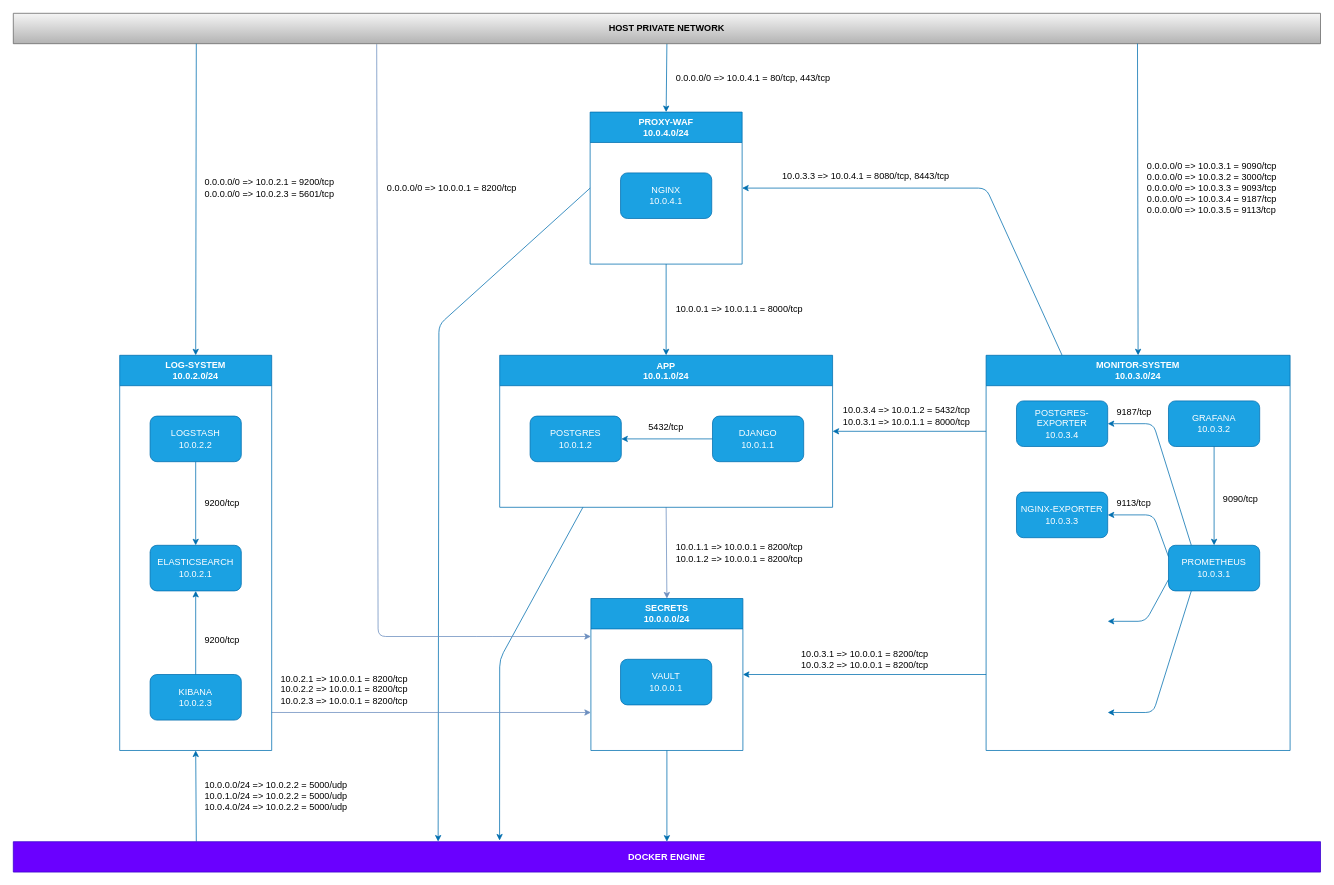
This is _notebook/topology.drawio from GiovanniAfro/ft_Transcendence, a draw.io file, before an edit. Source tidied: cells renumbered, new cells numbered last; positions are measured from the earlier drawing's top-left corner, leaving out a move shared by most shapes. Both pictures are drawn from the tidied source at 76%, with x=0, y=0 at pixel (13, 13).
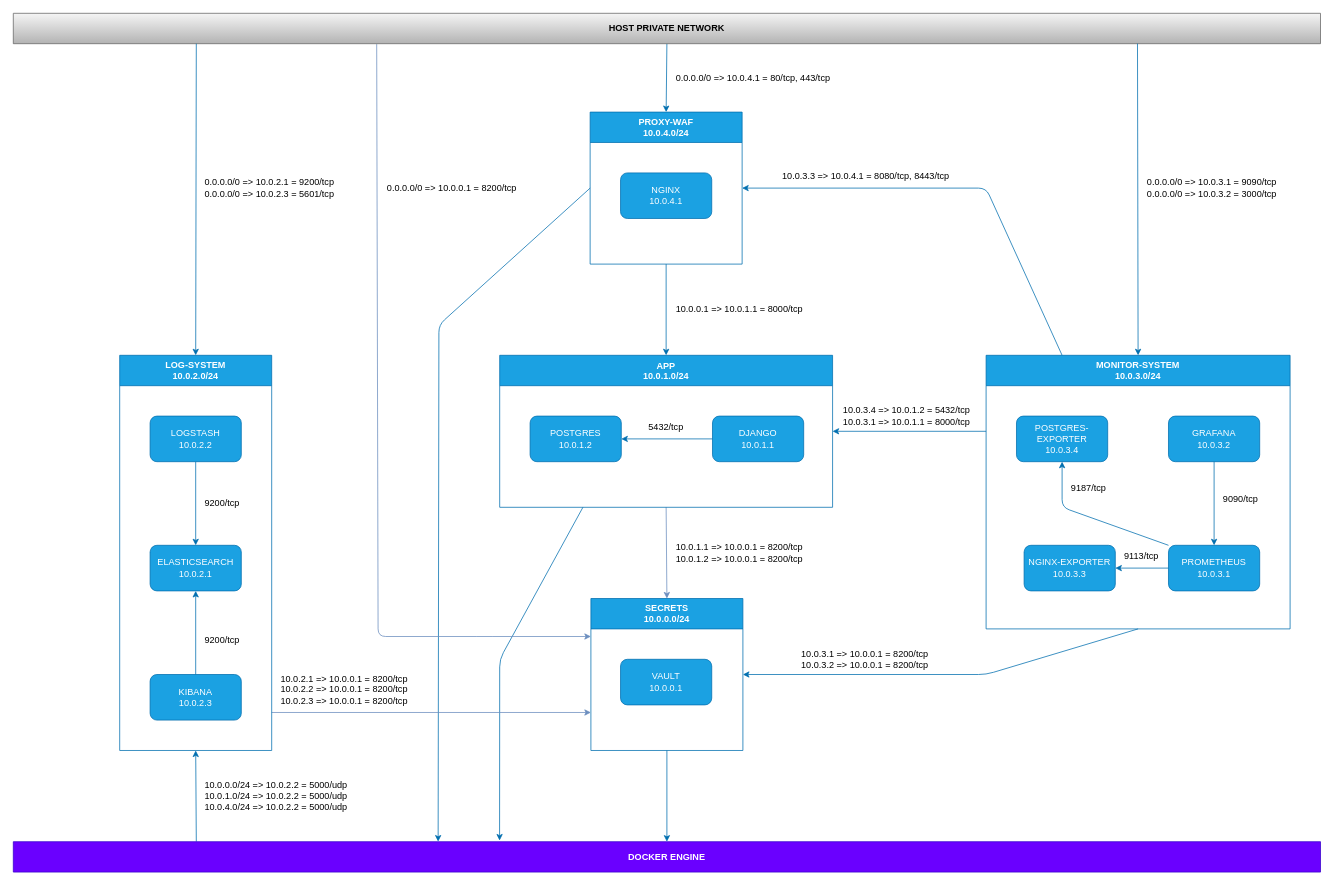
After the change.

Commit message (it also covers changes not shown here):
refactoring; delete TODO.md; update topology; add check if first start to elk stack

The change refers to these unchanged cells:
```xml
<mxCell id="18" value="SECRETS&lt;br&gt;10.0.0.0/24" style="swimlane;whiteSpace=wrap;html=1;startSize=40;fillColor=#1ba1e2;fontColor=#ffffff;strokeColor=#006EAF;" parent="1" vertex="1">
  <mxGeometry x="760" y="770" width="200" height="200" as="geometry" />
</mxCell>
<mxCell id="48" value="PROMETHEUS&lt;br style=&quot;border-color: var(--border-color);&quot;&gt;10.0.3.1" style="rounded=1;whiteSpace=wrap;html=1;fillColor=#1ba1e2;fontColor=#ffffff;strokeColor=#006EAF;" parent="40" vertex="1">
  <mxGeometry x="240" y="250" width="120" height="60" as="geometry" />
</mxCell>
```

The edit, as a diff of the source:
```diff
@@
-    <mxCell id="20" style="edgeStyle=none;html=1;fillColor=#1ba1e2;strokeColor=#006EAF;entryX=1;entryY=0.5;entryDx=0;entryDy=0;" parent="1" edge="1" target="18">
+    <mxCell id="20" style="edgeStyle=none;html=1;fillColor=#1ba1e2;strokeColor=#006EAF;entryX=1;entryY=0.5;entryDx=0;entryDy=0;exitX=0.5;exitY=1;exitDx=0;exitDy=0;" parent="1" edge="1" source="40" target="18">
       <mxGeometry relative="1" as="geometry">
-        <mxPoint x="1280" y="870" as="sourcePoint" />
+        <Array as="points">
+          <mxPoint x="1280" y="870" />
+        </Array>
       </mxGeometry>
     </mxCell>
@@
-    <mxCell id="38" value="0.0.0.0/0 =&amp;gt; 10.0.3.1 = 9090/tcp&lt;br&gt;0.0.0.0/0 =&amp;gt; 10.0.3.2 = 3000/tcp&lt;br&gt;0.0.0.0/0 =&amp;gt; 10.0.3.3 = 9093/tcp&lt;br&gt;0.0.0.0/0 =&amp;gt; 10.0.3.4 = 9187/tcp&lt;br&gt;0.0.0.0/0 =&amp;gt; 10.0.3.5 = 9113/tcp" style="text;html=1;align=left;verticalAlign=middle;strokeColor=none;fillColor=none;" parent="1" vertex="1">
-      <mxGeometry x="1490" y="185" width="190" height="90" as="geometry" />
+    <mxCell id="38" value="0.0.0.0/0 =&amp;gt; 10.0.3.1 = 9090/tcp&lt;br&gt;0.0.0.0/0 =&amp;gt; 10.0.3.2 = 3000/tcp" style="text;html=1;align=left;verticalAlign=middle;strokeColor=none;fillColor=none;" parent="1" vertex="1">
+      <mxGeometry x="1490" y="210" width="190" height="40" as="geometry" />
     </mxCell>
@@
     <mxCell id="40" value="MONITOR-SYSTEM&lt;br&gt;10.0.3.0/24" style="swimlane;whiteSpace=wrap;html=1;startSize=40;fillColor=#1ba1e2;fontColor=#ffffff;strokeColor=#006EAF;" parent="1" vertex="1">
-      <mxGeometry x="1280" y="450" width="400" height="520" as="geometry" />
+      <mxGeometry x="1280" y="450" width="400" height="360" as="geometry" />
     </mxCell>
     <mxCell id="41" value="POSTGRES-EXPORTER&lt;br style=&quot;border-color: var(--border-color);&quot;&gt;10.0.3.4" style="rounded=1;whiteSpace=wrap;html=1;fillColor=#1ba1e2;fontColor=#ffffff;strokeColor=#006EAF;" parent="40" vertex="1">
-      <mxGeometry x="40" y="60" width="120" height="60" as="geometry" />
+      <mxGeometry x="40" y="80" width="120" height="60" as="geometry" />
     </mxCell>
     <mxCell id="42" value="NGINX-EXPORTER&lt;br&gt;10.0.3.3" style="rounded=1;whiteSpace=wrap;html=1;fillColor=#1ba1e2;fontColor=#ffffff;strokeColor=#006EAF;" parent="40" vertex="1">
-      <mxGeometry x="40" y="180" width="120" height="60" as="geometry" />
+      <mxGeometry x="50" y="250" width="120" height="60" as="geometry" />
     </mxCell>
     <mxCell id="43" value="GRAFANA&lt;br style=&quot;border-color: var(--border-color);&quot;&gt;10.0.3.2" style="rounded=1;whiteSpace=wrap;html=1;fillColor=#1ba1e2;fontColor=#ffffff;strokeColor=#006EAF;" parent="40" vertex="1">
-      <mxGeometry x="240" y="60" width="120" height="60" as="geometry" />
+      <mxGeometry x="240" y="80" width="120" height="60" as="geometry" />
     </mxCell>
-    <mxCell id="44" style="edgeStyle=none;html=1;exitX=0.25;exitY=1;exitDx=0;exitDy=0;entryX=1;entryY=0.5;entryDx=0;entryDy=0;fillColor=#1ba1e2;strokeColor=#006EAF;" parent="40" edge="1" source="48">
-      <mxGeometry relative="1" as="geometry">
-        <mxPoint x="160" y="470" as="targetPoint" />
-        <Array as="points">
-          <mxPoint x="220" y="470" />
-        </Array>
-      </mxGeometry>
-    </mxCell>
-    <mxCell id="45" style="edgeStyle=none;html=1;exitX=0;exitY=0.75;exitDx=0;exitDy=0;entryX=1;entryY=0.5;entryDx=0;entryDy=0;fillColor=#1ba1e2;strokeColor=#006EAF;" parent="40" edge="1" source="48">
-      <mxGeometry relative="1" as="geometry">
-        <mxPoint x="160" y="350" as="targetPoint" />
-        <Array as="points">
-          <mxPoint x="210" y="350" />
-        </Array>
-      </mxGeometry>
-    </mxCell>
-    <mxCell id="46" style="edgeStyle=none;html=1;exitX=0;exitY=0.25;exitDx=0;exitDy=0;entryX=1;entryY=0.5;entryDx=0;entryDy=0;fillColor=#1ba1e2;strokeColor=#006EAF;" parent="40" edge="1" source="48" target="42">
-      <mxGeometry relative="1" as="geometry">
-        <Array as="points">
-          <mxPoint x="220" y="210" />
-        </Array>
-      </mxGeometry>
+    <mxCell id="46" style="edgeStyle=none;html=1;entryX=1;entryY=0.5;entryDx=0;entryDy=0;fillColor=#1ba1e2;strokeColor=#006EAF;exitX=0;exitY=0.5;exitDx=0;exitDy=0;" parent="40" edge="1" source="48" target="42">
+      <mxGeometry relative="1" as="geometry" />
     </mxCell>
-    <mxCell id="47" style="edgeStyle=none;html=1;exitX=0.25;exitY=0;exitDx=0;exitDy=0;entryX=1;entryY=0.5;entryDx=0;entryDy=0;fillColor=#1ba1e2;strokeColor=#006EAF;" parent="40" edge="1" source="48" target="41">
+    <mxCell id="47" style="edgeStyle=none;html=1;entryX=0.5;entryY=1;entryDx=0;entryDy=0;fillColor=#1ba1e2;strokeColor=#006EAF;exitX=0;exitY=0;exitDx=0;exitDy=0;" parent="40" edge="1" source="48" target="41">
       <mxGeometry relative="1" as="geometry">
         <Array as="points">
-          <mxPoint x="220" y="90" />
+          <mxPoint x="100" y="200" />
         </Array>
       </mxGeometry>
     </mxCell>
@@
     <mxCell id="50" value="9113/tcp" style="text;html=1;align=left;verticalAlign=middle;strokeColor=none;fillColor=none;" parent="40" vertex="1">
-      <mxGeometry x="170" y="180" width="70" height="30" as="geometry" />
+      <mxGeometry x="180" y="250" width="70" height="30" as="geometry" />
     </mxCell>
     <mxCell id="51" value="9187/tcp" style="text;html=1;align=left;verticalAlign=middle;strokeColor=none;fillColor=none;" parent="40" vertex="1">
-      <mxGeometry x="170" y="60" width="70" height="30" as="geometry" />
+      <mxGeometry x="110" y="160" width="70" height="30" as="geometry" />
     </mxCell>
```
